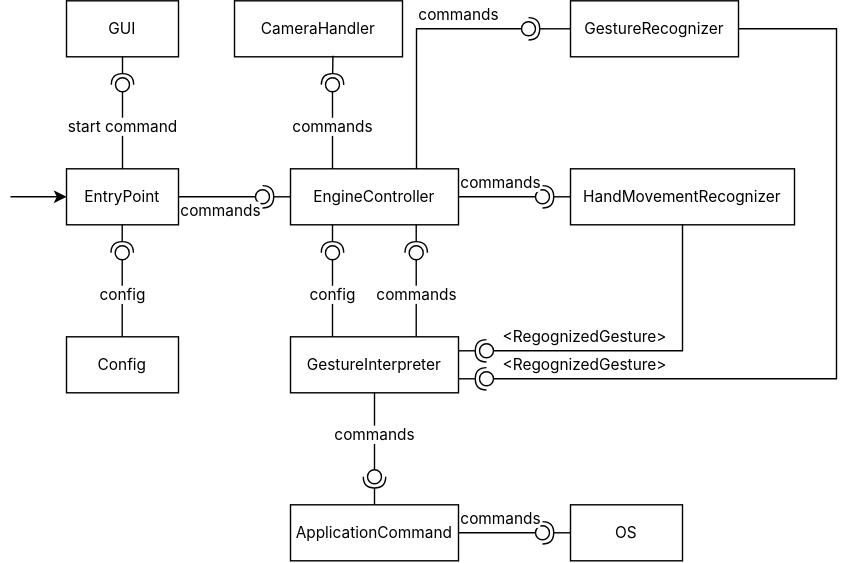
Earlier version of the draw.io export docs/ComponentView.svg (Zetsuboushii/gesture_glide). Source tidied: cells renumbered, new cells last; positions are measured from the earlier drawing's top-left corner, leaving out a move shared by most shapes.
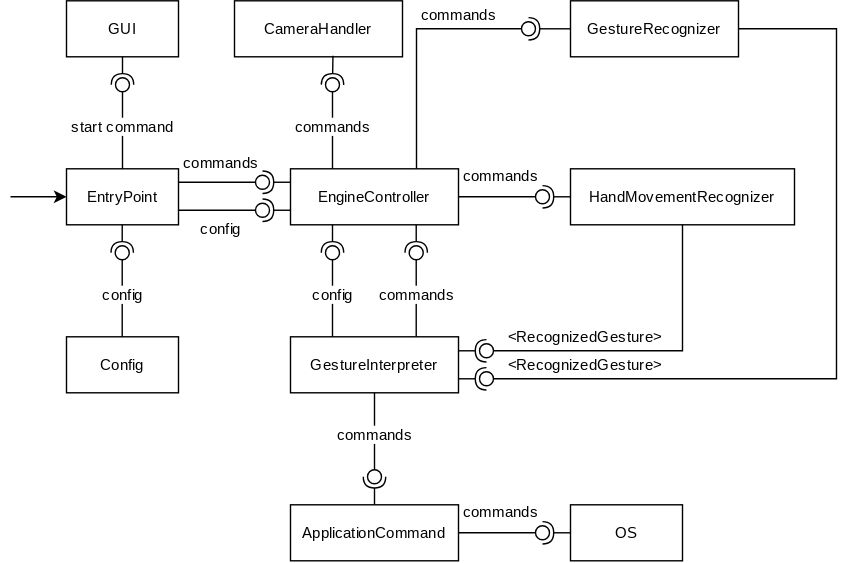
The same diagram one commit later.

Diff of the diagram source:
```diff
@@ -29,14 +29,16 @@
     <mxCell id="8" value="&lt;div style=&quot;font-size: 11px;&quot;&gt;EngineController&lt;/div&gt;" style="rounded=0;whiteSpace=wrap;html=1;fontFamily=Inter;fontSource=https%3A%2F%2Ffonts.googleapis.com%2Fcss%3Ffamily%3DInter;fontSize=11;" parent="1" vertex="1">
       <mxGeometry x="200" y="120" width="120" height="40" as="geometry" />
     </mxCell>
-    <mxCell id="9" style="rounded=0;jettySize=auto;html=1;endArrow=halfCircle;endFill=0;endSize=6;strokeWidth=1;sketch=0;exitX=0;exitY=0.5;exitDx=0;exitDy=0;fontFamily=Inter;fontSource=https%3A%2F%2Ffonts.googleapis.com%2Fcss%3Ffamily%3DInter;fontSize=11;" parent="1" edge="1" source="8">
+    <mxCell id="9" style="rounded=0;orthogonalLoop=1;jettySize=auto;html=1;endArrow=halfCircle;endFill=0;endSize=6;strokeWidth=1;sketch=0;exitX=0;exitY=0.5;exitDx=0;exitDy=0;fontFamily=Inter;fontSource=https%3A%2F%2Ffonts.googleapis.com%2Fcss%3Ffamily%3DInter;fontSize=11;" parent="1" edge="1">
       <mxGeometry relative="1" as="geometry">
-        <mxPoint x="180" y="140" as="targetPoint" />
+        <mxPoint x="200" y="129.6" as="sourcePoint" />
+        <mxPoint x="180" y="129.6" as="targetPoint" />
       </mxGeometry>
     </mxCell>
-    <mxCell id="10" value="commands" style="rounded=0;jettySize=auto;html=1;endArrow=oval;endFill=0;sketch=0;sourcePerimeterSpacing=0;targetPerimeterSpacing=0;endSize=10;exitX=1;exitY=0.5;exitDx=0;exitDy=0;fontFamily=Inter;fontSource=https%3A%2F%2Ffonts.googleapis.com%2Fcss%3Ffamily%3DInter;fontSize=11;" parent="1" edge="1" source="2">
-      <mxGeometry y="-10" relative="1" as="geometry">
-        <mxPoint x="180" y="140" as="targetPoint" />
+    <mxCell id="10" value="commands" style="rounded=0;orthogonalLoop=1;jettySize=auto;html=1;endArrow=oval;endFill=0;sketch=0;sourcePerimeterSpacing=0;targetPerimeterSpacing=0;endSize=10;exitX=1;exitY=0.5;exitDx=0;exitDy=0;fontFamily=Inter;fontSource=https%3A%2F%2Ffonts.googleapis.com%2Fcss%3Ffamily%3DInter;fontSize=11;" parent="1" edge="1">
+      <mxGeometry y="14" relative="1" as="geometry">
+        <mxPoint x="120" y="129.6" as="sourcePoint" />
+        <mxPoint x="180" y="129.6" as="targetPoint" />
       </mxGeometry>
     </mxCell>
     <mxCell id="11" style="ellipse;whiteSpace=wrap;html=1;align=center;fillColor=none;strokeColor=none;perimeter=centerPerimeter;fontFamily=Inter;fontSource=https%3A%2F%2Ffonts.googleapis.com%2Fcss%3Ffamily%3DInter;fontSize=11;" parent="1" vertex="1">
@@ -89,7 +91,7 @@
       </mxGeometry>
     </mxCell>
     <mxCell id="23" value="commands" style="rounded=0;jettySize=auto;html=1;endArrow=oval;endFill=0;sketch=0;sourcePerimeterSpacing=0;targetPerimeterSpacing=0;endSize=10;exitX=1;exitY=0.5;exitDx=0;exitDy=0;fontFamily=Inter;fontSource=https%3A%2F%2Ffonts.googleapis.com%2Fcss%3Ffamily%3DInter;fontSize=11;" parent="1" edge="1" source="8">
-      <mxGeometry y="10" relative="1" as="geometry">
+      <mxGeometry y="15" relative="1" as="geometry">
         <mxPoint x="380" y="140" as="targetPoint" />
       </mxGeometry>
     </mxCell>
@@ -153,7 +155,7 @@
         <mxPoint x="340" y="250" as="targetPoint" />
       </mxGeometry>
     </mxCell>
-    <mxCell id="38" value="&amp;lt;RegognizedGesture&amp;gt;" style="rounded=0;jettySize=auto;html=1;endArrow=oval;endFill=0;sketch=0;sourcePerimeterSpacing=0;targetPerimeterSpacing=0;endSize=10;exitX=0.5;exitY=1;exitDx=0;exitDy=0;fontFamily=Inter;fontSource=https%3A%2F%2Ffonts.googleapis.com%2Fcss%3Ffamily%3DInter;fontSize=11;" parent="1" edge="1" source="17">
+    <mxCell id="38" value="&amp;lt;RecognizedGesture&amp;gt;" style="rounded=0;jettySize=auto;html=1;endArrow=oval;endFill=0;sketch=0;sourcePerimeterSpacing=0;targetPerimeterSpacing=0;endSize=10;exitX=0.5;exitY=1;exitDx=0;exitDy=0;fontFamily=Inter;fontSource=https%3A%2F%2Ffonts.googleapis.com%2Fcss%3Ffamily%3DInter;fontSize=11;" parent="1" edge="1" source="17">
       <mxGeometry x="0.39" y="-10" relative="1" as="geometry">
         <mxPoint x="340" y="250" as="targetPoint" />
         <Array as="points">
@@ -169,7 +171,7 @@
         <mxPoint x="340" y="270" as="targetPoint" />
       </mxGeometry>
     </mxCell>
-    <mxCell id="41" value="&amp;lt;RegognizedGesture&amp;gt;" style="rounded=0;jettySize=auto;html=1;endArrow=oval;endFill=0;sketch=0;sourcePerimeterSpacing=0;targetPerimeterSpacing=0;endSize=10;exitX=1;exitY=0.5;exitDx=0;exitDy=0;fontFamily=Inter;fontSource=https%3A%2F%2Ffonts.googleapis.com%2Fcss%3Ffamily%3DInter;fontSize=11;" parent="1" edge="1" source="18">
+    <mxCell id="41" value="&amp;lt;RecognizedGesture&amp;gt;" style="rounded=0;jettySize=auto;html=1;endArrow=oval;endFill=0;sketch=0;sourcePerimeterSpacing=0;targetPerimeterSpacing=0;endSize=10;exitX=1;exitY=0.5;exitDx=0;exitDy=0;fontFamily=Inter;fontSource=https%3A%2F%2Ffonts.googleapis.com%2Fcss%3Ffamily%3DInter;fontSize=11;" parent="1" edge="1" source="18">
       <mxGeometry x="0.75" y="-10" relative="1" as="geometry">
         <mxPoint x="340" y="270" as="targetPoint" />
         <Array as="points">
@@ -203,12 +205,30 @@
       </mxGeometry>
     </mxCell>
     <mxCell id="48" value="commands" style="rounded=0;jettySize=auto;html=1;endArrow=oval;endFill=0;sketch=0;sourcePerimeterSpacing=0;targetPerimeterSpacing=0;endSize=10;exitX=1;exitY=0.5;exitDx=0;exitDy=0;fontFamily=Inter;fontSource=https%3A%2F%2Ffonts.googleapis.com%2Fcss%3Ffamily%3DInter;fontSize=11;" parent="1" edge="1" source="34">
-      <mxGeometry y="10" relative="1" as="geometry">
+      <mxGeometry y="15" relative="1" as="geometry">
         <mxPoint x="380" y="380" as="targetPoint" />
       </mxGeometry>
     </mxCell>
     <mxCell id="49" style="ellipse;whiteSpace=wrap;html=1;align=center;fillColor=none;strokeColor=none;perimeter=centerPerimeter;fontFamily=Inter;fontSource=https%3A%2F%2Ffonts.googleapis.com%2Fcss%3Ffamily%3DInter;fontSize=11;" parent="1" vertex="1">
       <mxGeometry x="375" y="280" width="10" height="10" as="geometry" />
     </mxCell>
+    <mxCell id="50" style="ellipse;whiteSpace=wrap;html=1;align=center;fillColor=none;strokeColor=none;perimeter=centerPerimeter;fontFamily=Inter;fontSource=https%3A%2F%2Ffonts.googleapis.com%2Fcss%3Ffamily%3DInter;fontSize=11;" parent="1" vertex="1">
+      <mxGeometry x="185" y="130" width="10" height="10" as="geometry" />
+    </mxCell>
+    <mxCell id="51" style="rounded=0;orthogonalLoop=1;jettySize=auto;html=1;endArrow=halfCircle;endFill=0;endSize=6;strokeWidth=1;sketch=0;exitX=0;exitY=0.5;exitDx=0;exitDy=0;fontFamily=Inter;fontSource=https%3A%2F%2Ffonts.googleapis.com%2Fcss%3Ffamily%3DInter;fontSize=11;" parent="1" edge="1">
+      <mxGeometry relative="1" as="geometry">
+        <mxPoint x="200" y="149.6" as="sourcePoint" />
+        <mxPoint x="180" y="149.6" as="targetPoint" />
+      </mxGeometry>
+    </mxCell>
+    <mxCell id="52" value="&lt;div&gt;config&lt;/div&gt;" style="rounded=0;orthogonalLoop=1;jettySize=auto;html=1;endArrow=oval;endFill=0;sketch=0;sourcePerimeterSpacing=0;targetPerimeterSpacing=0;endSize=10;exitX=1;exitY=0.5;exitDx=0;exitDy=0;fontFamily=Inter;fontSource=https%3A%2F%2Ffonts.googleapis.com%2Fcss%3Ffamily%3DInter;fontSize=11;" parent="1" edge="1">
+      <mxGeometry y="-13" relative="1" as="geometry">
+        <mxPoint x="120" y="149.6" as="sourcePoint" />
+        <mxPoint x="180" y="149.6" as="targetPoint" />
+      </mxGeometry>
+    </mxCell>
+    <mxCell id="53" style="ellipse;whiteSpace=wrap;html=1;align=center;fillColor=none;strokeColor=none;perimeter=centerPerimeter;fontFamily=Inter;fontSource=https%3A%2F%2Ffonts.googleapis.com%2Fcss%3Ffamily%3DInter;fontSize=11;" parent="1" vertex="1">
+      <mxGeometry x="185" y="140" width="10" height="10" as="geometry" />
+    </mxCell>
   </root>
 </mxGraphModel>
```
